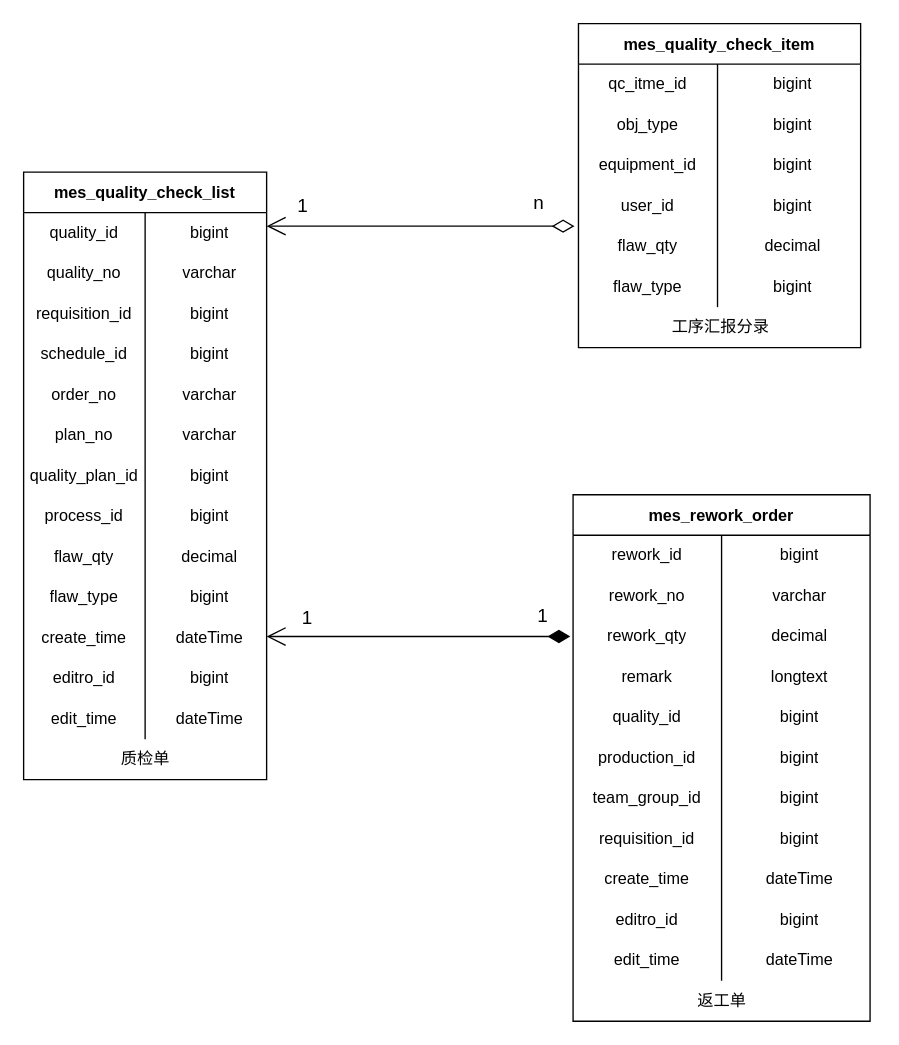
This is page "质检&返工单管理" (2 of 5) of 数据表.drawio from KNAI-I/test, a draw.io file, before an edit. Source tidied: cells renumbered, new cells numbered last; positions are measured from the earlier drawing's top-left corner, leaving out a move shared by most shapes. Both pictures are drawn from the tidied source at 135%, with x=0, y=0 at pixel (23, 23).
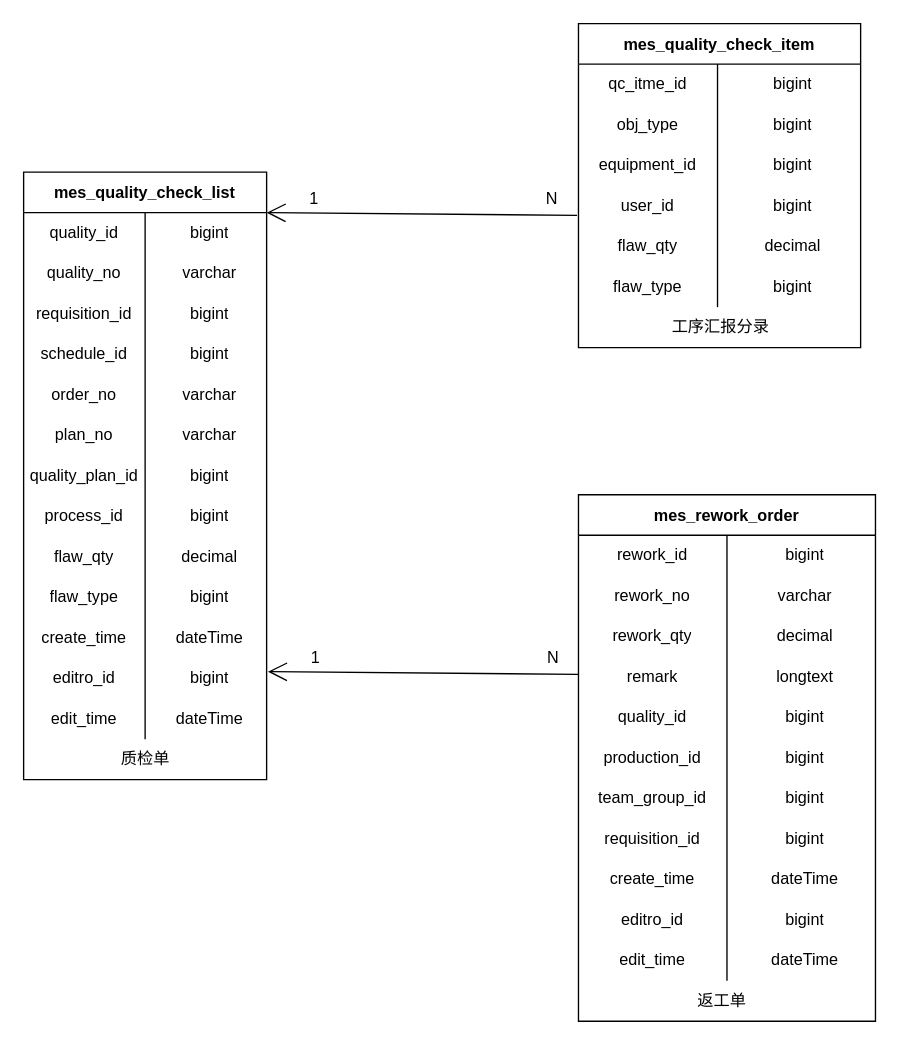
After the change.

The change refers to these unchanged cells:
```xml
<mxCell id="88" style="shape=tableRow;horizontal=0;startSize=0;swimlaneHead=0;swimlaneBody=0;top=0;left=0;bottom=0;right=0;fillColor=none;points=[[0,0.5],[1,0.5]];portConstraint=eastwest;" parent="78" vertex="1">
  <mxGeometry y="120" width="209" height="30" as="geometry" />
</mxCell>
```

Diff of the diagram source:
```diff
@@
     <mxCell id="43" value="mes_rework_order" style="shape=table;startSize=30;childLayout=tableLayout;rowLines=0;fontStyle=1;" parent="1" vertex="1">
-      <mxGeometry x="407" y="349" width="220" height="390" as="geometry" />
+      <mxGeometry x="411" y="349" width="220" height="390" as="geometry" />
     </mxCell>
@@
-    <mxCell id="98" style="endArrow=open;html=1;endSize=12;startArrow=diamondThin;startSize=14;startFill=0;edgeStyle=orthogonalEdgeStyle;rounded=0;fontSize=14;entryX=1;entryY=0.733;entryDx=0;entryDy=0;entryPerimeter=0;exitX=-0.014;exitY=0.067;exitDx=0;exitDy=0;exitPerimeter=0;" parent="1" edge="1">
-      <mxGeometry relative="1" as="geometry">
-        <mxPoint x="408.1" y="150" as="sourcePoint" />
-        <mxPoint x="180" y="150" as="targetPoint" />
-      </mxGeometry>
-    </mxCell>
-    <mxCell id="99" value="n" style="edgeLabel;html=1;align=left;verticalAlign=top;fontSize=14;" parent="98" vertex="1">
-      <mxGeometry x="-1" relative="1" as="geometry">
-        <mxPoint x="-32" y="-32" as="offset" />
-      </mxGeometry>
-    </mxCell>
-    <mxCell id="100" value="1" style="edgeLabel;html=1;align=right;verticalAlign=top;fontSize=14;" parent="98" vertex="1">
-      <mxGeometry x="1" relative="1" as="geometry">
-        <mxPoint x="31" y="-30" as="offset" />
-      </mxGeometry>
-    </mxCell>
-    <mxCell id="101" value="1" style="endArrow=open;html=1;endSize=12;startArrow=diamondThin;startSize=14;startFill=1;edgeStyle=orthogonalEdgeStyle;align=left;verticalAlign=bottom;rounded=0;fontSize=14;exitX=-0.009;exitY=0.133;exitDx=0;exitDy=0;exitPerimeter=0;" parent="1" edge="1">
-      <mxGeometry x="-0.77" y="-4" relative="1" as="geometry">
-        <mxPoint x="405" y="454" as="sourcePoint" />
-        <mxPoint x="180" y="454" as="targetPoint" />
-      </mxGeometry>
-    </mxCell>
-    <mxCell id="102" value="1" style="text;html=1;align=center;verticalAlign=middle;strokeColor=none;fillColor=none;fontSize=14;" parent="1" vertex="1">
-      <mxGeometry x="195" y="425" width="30" height="30" as="geometry" />
-    </mxCell>
+    <mxCell id="103" style="endArrow=open;endFill=1;endSize=12;html=1;rounded=0;exitX=-0.005;exitY=0.733;exitDx=0;exitDy=0;exitPerimeter=0;" parent="1" edge="1" source="88">
+      <mxGeometry relative="1" as="geometry">
+        <mxPoint x="180" y="140" as="targetPoint" />
+      </mxGeometry>
+    </mxCell>
+    <mxCell id="104" value="1" style="text;html=1;align=center;verticalAlign=middle;strokeColor=none;fillColor=none;" parent="1" vertex="1">
+      <mxGeometry x="200" y="115" width="30" height="30" as="geometry" />
+    </mxCell>
+    <mxCell id="105" value="N" style="text;html=1;align=center;verticalAlign=middle;strokeColor=none;fillColor=none;" parent="1" vertex="1">
+      <mxGeometry x="376" y="115" width="30" height="30" as="geometry" />
+    </mxCell>
+    <mxCell id="106" style="endArrow=open;endFill=1;endSize=12;html=1;rounded=0;exitX=-0.005;exitY=0.733;exitDx=0;exitDy=0;exitPerimeter=0;" parent="1" edge="1">
+      <mxGeometry relative="1" as="geometry">
+        <mxPoint x="411" y="482" as="sourcePoint" />
+        <mxPoint x="181" y="480" as="targetPoint" />
+      </mxGeometry>
+    </mxCell>
+    <mxCell id="107" value="1" style="text;html=1;align=center;verticalAlign=middle;strokeColor=none;fillColor=none;" parent="1" vertex="1">
+      <mxGeometry x="201" y="455" width="30" height="30" as="geometry" />
+    </mxCell>
+    <mxCell id="108" value="N" style="text;html=1;align=center;verticalAlign=middle;strokeColor=none;fillColor=none;" parent="1" vertex="1">
+      <mxGeometry x="377" y="455" width="30" height="30" as="geometry" />
+    </mxCell>
```
